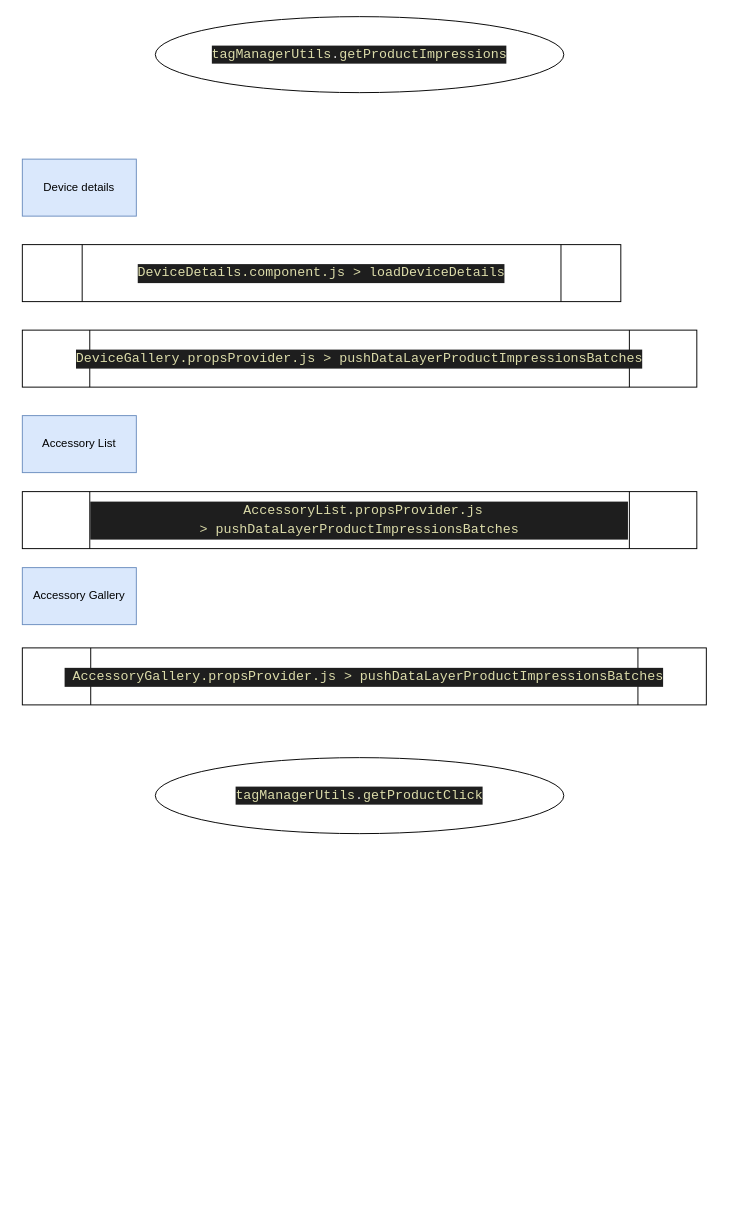
Earlier version of the draw.io diagram USCC-20078.drawio (PratikBali/flowchart). Source tidied: cells renumbered, new cells numbered last; positions are measured from the earlier drawing's top-left corner, leaving out a move shared by most shapes. Both pictures are drawn from the tidied source at 95%, with x=0, y=0 at pixel (22, 16).
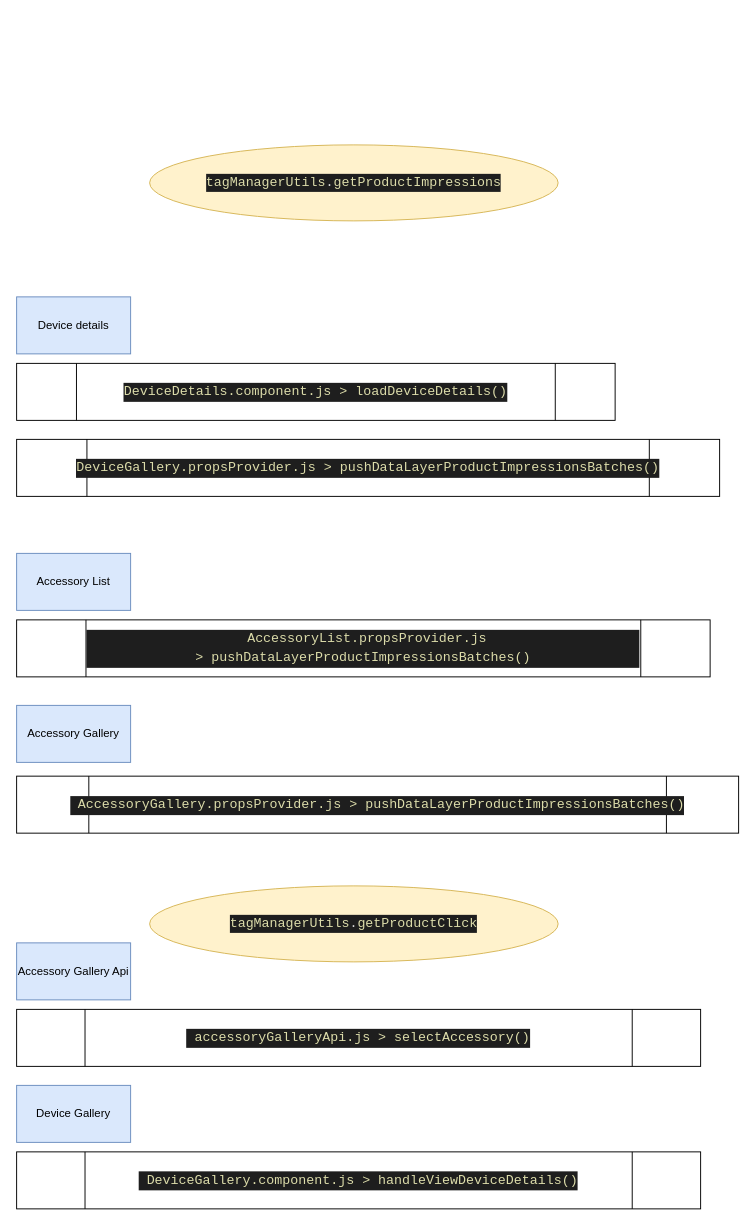
The same diagram, later.

Change to the diagram source:
```diff
@@
 <mxGraphModel>
   <root>
     <mxCell id="0" />
     <mxCell id="1" parent="0" />
     <mxCell id="2" value="Device details" style="rounded=0;whiteSpace=wrap;html=1;fillColor=#dae8fc;strokeColor=#6c8ebf;" parent="1" vertex="1">
-      <mxGeometry y="150" width="120" height="60" as="geometry" />
+      <mxGeometry x="-6" y="295" width="120" height="60" as="geometry" />
     </mxCell>
-    <mxCell id="3" value="&lt;div style=&quot;background-color: rgb(30, 30, 30); line-height: 19px;&quot;&gt;&lt;div style=&quot;line-height: 19px;&quot;&gt;&lt;div style=&quot;line-height: 19px;&quot;&gt;&lt;font face=&quot;Consolas, Courier New, monospace&quot; color=&quot;#dcdcaa&quot;&gt;&lt;span style=&quot;font-size: 14px;&quot;&gt;DeviceDetails.component.js &amp;gt;&amp;nbsp;&lt;/span&gt;&lt;/font&gt;&lt;span style=&quot;color: rgb(220, 220, 170); font-family: Consolas, &amp;quot;Courier New&amp;quot;, monospace; font-size: 14px;&quot;&gt;loadDeviceDetails&lt;/span&gt;&lt;/div&gt;&lt;/div&gt;&lt;/div&gt;" style="shape=process;whiteSpace=wrap;html=1;backgroundOutline=1;" parent="1" vertex="1">
-      <mxGeometry y="240" width="630" height="60" as="geometry" />
+    <mxCell id="3" value="&lt;div style=&quot;background-color: rgb(30, 30, 30); line-height: 19px;&quot;&gt;&lt;div style=&quot;line-height: 19px;&quot;&gt;&lt;div style=&quot;line-height: 19px;&quot;&gt;&lt;font face=&quot;Consolas, Courier New, monospace&quot; color=&quot;#dcdcaa&quot;&gt;&lt;span style=&quot;font-size: 14px;&quot;&gt;DeviceDetails.component.js &amp;gt;&amp;nbsp;&lt;/span&gt;&lt;/font&gt;&lt;span style=&quot;color: rgb(220, 220, 170); font-family: Consolas, &amp;quot;Courier New&amp;quot;, monospace; font-size: 14px;&quot;&gt;loadDeviceDetails()&lt;/span&gt;&lt;/div&gt;&lt;/div&gt;&lt;/div&gt;" style="shape=process;whiteSpace=wrap;html=1;backgroundOutline=1;" parent="1" vertex="1">
+      <mxGeometry x="-6" y="365" width="630" height="60" as="geometry" />
     </mxCell>
-    <mxCell id="4" value="&lt;div style=&quot;background-color: rgb(30, 30, 30); line-height: 19px;&quot;&gt;&lt;div style=&quot;line-height: 19px;&quot;&gt;&lt;div style=&quot;line-height: 19px;&quot;&gt;&lt;font face=&quot;Consolas, Courier New, monospace&quot; color=&quot;#dcdcaa&quot;&gt;&lt;span style=&quot;font-size: 14px;&quot;&gt;DeviceGallery.propsProvider.js&amp;nbsp;&amp;gt;&amp;nbsp;&lt;/span&gt;&lt;/font&gt;&lt;span style=&quot;color: rgb(220, 220, 170); font-family: Consolas, &amp;quot;Courier New&amp;quot;, monospace; font-size: 14px;&quot;&gt;pushDataLayerProductImpressionsBatches&lt;/span&gt;&lt;/div&gt;&lt;/div&gt;&lt;/div&gt;" style="shape=process;whiteSpace=wrap;html=1;backgroundOutline=1;" parent="1" vertex="1">
-      <mxGeometry y="330" width="710" height="60" as="geometry" />
+    <mxCell id="4" value="&lt;div style=&quot;background-color: rgb(30, 30, 30); line-height: 19px;&quot;&gt;&lt;div style=&quot;line-height: 19px;&quot;&gt;&lt;div style=&quot;line-height: 19px;&quot;&gt;&lt;font face=&quot;Consolas, Courier New, monospace&quot; color=&quot;#dcdcaa&quot;&gt;&lt;span style=&quot;font-size: 14px;&quot;&gt;DeviceGallery.propsProvider.js&amp;nbsp;&amp;gt;&amp;nbsp;&lt;/span&gt;&lt;/font&gt;&lt;span style=&quot;color: rgb(220, 220, 170); font-family: Consolas, &amp;quot;Courier New&amp;quot;, monospace; font-size: 14px;&quot;&gt;pushDataLayerProductImpressionsBatches()&lt;/span&gt;&lt;/div&gt;&lt;/div&gt;&lt;/div&gt;" style="shape=process;whiteSpace=wrap;html=1;backgroundOutline=1;" parent="1" vertex="1">
+      <mxGeometry x="-6" y="445" width="740" height="60" as="geometry" />
     </mxCell>
-    <mxCell id="5" value="&lt;div style=&quot;background-color: rgb(30, 30, 30); line-height: 19px;&quot;&gt;&lt;div style=&quot;line-height: 19px;&quot;&gt;&lt;div style=&quot;line-height: 19px;&quot;&gt;&lt;font face=&quot;Consolas, Courier New, monospace&quot; color=&quot;#dcdcaa&quot;&gt;&lt;span style=&quot;font-size: 14px;&quot;&gt;&amp;nbsp;AccessoryList.propsProvider.js &amp;gt;&amp;nbsp;&lt;/span&gt;&lt;/font&gt;&lt;span style=&quot;color: rgb(220, 220, 170); font-family: Consolas, &amp;quot;Courier New&amp;quot;, monospace; font-size: 14px;&quot;&gt;pushDataLayerProductImpressionsBatches&lt;/span&gt;&lt;/div&gt;&lt;/div&gt;&lt;/div&gt;" style="shape=process;whiteSpace=wrap;html=1;backgroundOutline=1;" parent="1" vertex="1">
-      <mxGeometry y="500" width="710" height="60" as="geometry" />
+    <mxCell id="5" value="&lt;div style=&quot;background-color: rgb(30, 30, 30); line-height: 19px;&quot;&gt;&lt;div style=&quot;line-height: 19px;&quot;&gt;&lt;div style=&quot;line-height: 19px;&quot;&gt;&lt;font face=&quot;Consolas, Courier New, monospace&quot; color=&quot;#dcdcaa&quot;&gt;&lt;span style=&quot;font-size: 14px;&quot;&gt;&amp;nbsp;AccessoryList.propsProvider.js &amp;gt;&amp;nbsp;&lt;/span&gt;&lt;/font&gt;&lt;span style=&quot;color: rgb(220, 220, 170); font-family: Consolas, &amp;quot;Courier New&amp;quot;, monospace; font-size: 14px;&quot;&gt;pushDataLayerProductImpressionsBatches()&lt;/span&gt;&lt;/div&gt;&lt;/div&gt;&lt;/div&gt;" style="shape=process;whiteSpace=wrap;html=1;backgroundOutline=1;" parent="1" vertex="1">
+      <mxGeometry x="-6" y="635" width="730" height="60" as="geometry" />
     </mxCell>
-    <mxCell id="6" value="&lt;div style=&quot;background-color: rgb(30, 30, 30); line-height: 19px;&quot;&gt;&lt;div style=&quot;line-height: 19px;&quot;&gt;&lt;div style=&quot;line-height: 19px;&quot;&gt;&lt;font face=&quot;Consolas, Courier New, monospace&quot; color=&quot;#dcdcaa&quot;&gt;&lt;span style=&quot;font-size: 14px;&quot;&gt;&amp;nbsp;AccessoryGallery.propsProvider.js&amp;nbsp;&amp;gt;&amp;nbsp;&lt;/span&gt;&lt;/font&gt;&lt;span style=&quot;color: rgb(220, 220, 170); font-family: Consolas, &amp;quot;Courier New&amp;quot;, monospace; font-size: 14px;&quot;&gt;pushDataLayerProductImpressionsBatches&lt;/span&gt;&lt;/div&gt;&lt;/div&gt;&lt;/div&gt;" style="shape=process;whiteSpace=wrap;html=1;backgroundOutline=1;" parent="1" vertex="1">
-      <mxGeometry y="664.5" width="720" height="60" as="geometry" />
+    <mxCell id="6" value="&lt;div style=&quot;background-color: rgb(30, 30, 30); line-height: 19px;&quot;&gt;&lt;div style=&quot;line-height: 19px;&quot;&gt;&lt;div style=&quot;line-height: 19px;&quot;&gt;&lt;font face=&quot;Consolas, Courier New, monospace&quot; color=&quot;#dcdcaa&quot;&gt;&lt;span style=&quot;font-size: 14px;&quot;&gt;&amp;nbsp;AccessoryGallery.propsProvider.js&amp;nbsp;&amp;gt;&amp;nbsp;&lt;/span&gt;&lt;/font&gt;&lt;span style=&quot;color: rgb(220, 220, 170); font-family: Consolas, &amp;quot;Courier New&amp;quot;, monospace; font-size: 14px;&quot;&gt;pushDataLayerProductImpressionsBatches()&lt;/span&gt;&lt;/div&gt;&lt;/div&gt;&lt;/div&gt;" style="shape=process;whiteSpace=wrap;html=1;backgroundOutline=1;" parent="1" vertex="1">
+      <mxGeometry x="-6" y="799.5" width="760" height="60" as="geometry" />
     </mxCell>
     <mxCell id="7" value="Accessory Gallery" style="whiteSpace=wrap;html=1;fillColor=#dae8fc;strokeColor=#6c8ebf;" parent="1" vertex="1">
-      <mxGeometry y="580" width="120" height="60" as="geometry" />
+      <mxGeometry x="-6" y="725" width="120" height="60" as="geometry" />
     </mxCell>
     <mxCell id="8" value="Accessory List" style="whiteSpace=wrap;html=1;fillColor=#dae8fc;strokeColor=#6c8ebf;" parent="1" vertex="1">
-      <mxGeometry y="420" width="120" height="60" as="geometry" />
+      <mxGeometry x="-6" y="565" width="120" height="60" as="geometry" />
     </mxCell>
-    <mxCell id="9" value="&lt;div style=&quot;color: rgb(212, 212, 212); background-color: rgb(30, 30, 30); font-family: Consolas, &amp;quot;Courier New&amp;quot;, monospace; font-size: 14px; line-height: 19px;&quot;&gt;&lt;span style=&quot;color: #dcdcaa;&quot;&gt;tagManagerUtils&lt;/span&gt;.&lt;span style=&quot;color: #dcdcaa;&quot;&gt;getProductImpressions&lt;/span&gt;&lt;/div&gt;" style="ellipse;whiteSpace=wrap;html=1;" parent="1" vertex="1">
-      <mxGeometry x="140" width="430" height="80" as="geometry" />
+    <mxCell id="9" value="&lt;div style=&quot;color: rgb(212, 212, 212); background-color: rgb(30, 30, 30); font-family: Consolas, &amp;quot;Courier New&amp;quot;, monospace; font-size: 14px; line-height: 19px;&quot;&gt;&lt;span style=&quot;color: #dcdcaa;&quot;&gt;tagManagerUtils&lt;/span&gt;.&lt;span style=&quot;color: #dcdcaa;&quot;&gt;getProductImpressions&lt;/span&gt;&lt;/div&gt;" style="ellipse;whiteSpace=wrap;html=1;fillColor=#fff2cc;strokeColor=#d6b656;" parent="1" vertex="1">
+      <mxGeometry x="134" y="135" width="430" height="80" as="geometry" />
     </mxCell>
-    <mxCell id="10" value="&lt;div style=&quot;color: rgb(212, 212, 212); background-color: rgb(30, 30, 30); font-family: Consolas, &amp;quot;Courier New&amp;quot;, monospace; font-size: 14px; line-height: 19px;&quot;&gt;&lt;span style=&quot;color: #dcdcaa;&quot;&gt;tagManagerUtils&lt;/span&gt;.&lt;span style=&quot;color: #dcdcaa;&quot;&gt;getProductClick&lt;/span&gt;&lt;/div&gt;" style="ellipse;whiteSpace=wrap;html=1;" parent="1" vertex="1">
-      <mxGeometry x="140" y="780" width="430" height="80" as="geometry" />
+    <mxCell id="10" value="&lt;div style=&quot;color: rgb(212, 212, 212); background-color: rgb(30, 30, 30); font-family: Consolas, &amp;quot;Courier New&amp;quot;, monospace; font-size: 14px; line-height: 19px;&quot;&gt;&lt;span style=&quot;color: #dcdcaa;&quot;&gt;tagManagerUtils&lt;/span&gt;.&lt;span style=&quot;color: #dcdcaa;&quot;&gt;getProductClick&lt;/span&gt;&lt;/div&gt;" style="ellipse;whiteSpace=wrap;html=1;fillColor=#fff2cc;strokeColor=#d6b656;" parent="1" vertex="1">
+      <mxGeometry x="134" y="915" width="430" height="80" as="geometry" />
     </mxCell>
+    <mxCell id="11" value="&lt;div style=&quot;background-color: rgb(30, 30, 30); line-height: 19px;&quot;&gt;&lt;div style=&quot;line-height: 19px;&quot;&gt;&lt;div style=&quot;line-height: 19px;&quot;&gt;&lt;font face=&quot;Consolas, Courier New, monospace&quot; color=&quot;#dcdcaa&quot;&gt;&lt;span style=&quot;font-size: 14px;&quot;&gt;&amp;nbsp;accessoryGalleryApi.js&amp;nbsp;&amp;gt;&amp;nbsp;&lt;/span&gt;&lt;/font&gt;&lt;span style=&quot;color: rgb(220, 220, 170); font-family: Consolas, &amp;quot;Courier New&amp;quot;, monospace; font-size: 14px;&quot;&gt;selectAccessory()&lt;/span&gt;&lt;/div&gt;&lt;/div&gt;&lt;/div&gt;" style="shape=process;whiteSpace=wrap;html=1;backgroundOutline=1;" parent="1" vertex="1">
+      <mxGeometry x="-6" y="1045" width="720" height="60" as="geometry" />
+    </mxCell>
+    <mxCell id="12" value="&lt;div style=&quot;background-color: rgb(30, 30, 30); line-height: 19px;&quot;&gt;&lt;div style=&quot;line-height: 19px;&quot;&gt;&lt;div style=&quot;line-height: 19px;&quot;&gt;&lt;font face=&quot;Consolas, Courier New, monospace&quot; color=&quot;#dcdcaa&quot;&gt;&lt;span style=&quot;font-size: 14px;&quot;&gt;&amp;nbsp;DeviceGallery.component.js &amp;gt;&amp;nbsp;&lt;/span&gt;&lt;/font&gt;&lt;span style=&quot;color: rgb(220, 220, 170); font-family: Consolas, &amp;quot;Courier New&amp;quot;, monospace; font-size: 14px;&quot;&gt;handleViewDeviceDetails&lt;/span&gt;&lt;span style=&quot;color: rgb(220, 220, 170); font-family: Consolas, &amp;quot;Courier New&amp;quot;, monospace; font-size: 14px;&quot;&gt;()&lt;/span&gt;&lt;br&gt;&lt;/div&gt;&lt;/div&gt;&lt;/div&gt;" style="shape=process;whiteSpace=wrap;html=1;backgroundOutline=1;" parent="1" vertex="1">
+      <mxGeometry x="-6" y="1195" width="720" height="60" as="geometry" />
+    </mxCell>
+    <mxCell id="13" value="Device Gallery" style="rounded=0;whiteSpace=wrap;html=1;fillColor=#dae8fc;strokeColor=#6c8ebf;" parent="1" vertex="1">
+      <mxGeometry x="-6" y="1125" width="120" height="60" as="geometry" />
+    </mxCell>
+    <mxCell id="14" value="Accessory Gallery Api" style="rounded=0;whiteSpace=wrap;html=1;fillColor=#dae8fc;strokeColor=#6c8ebf;" parent="1" vertex="1">
+      <mxGeometry x="-6" y="975" width="120" height="60" as="geometry" />
+    </mxCell>
   </root>
 </mxGraphModel>
```
